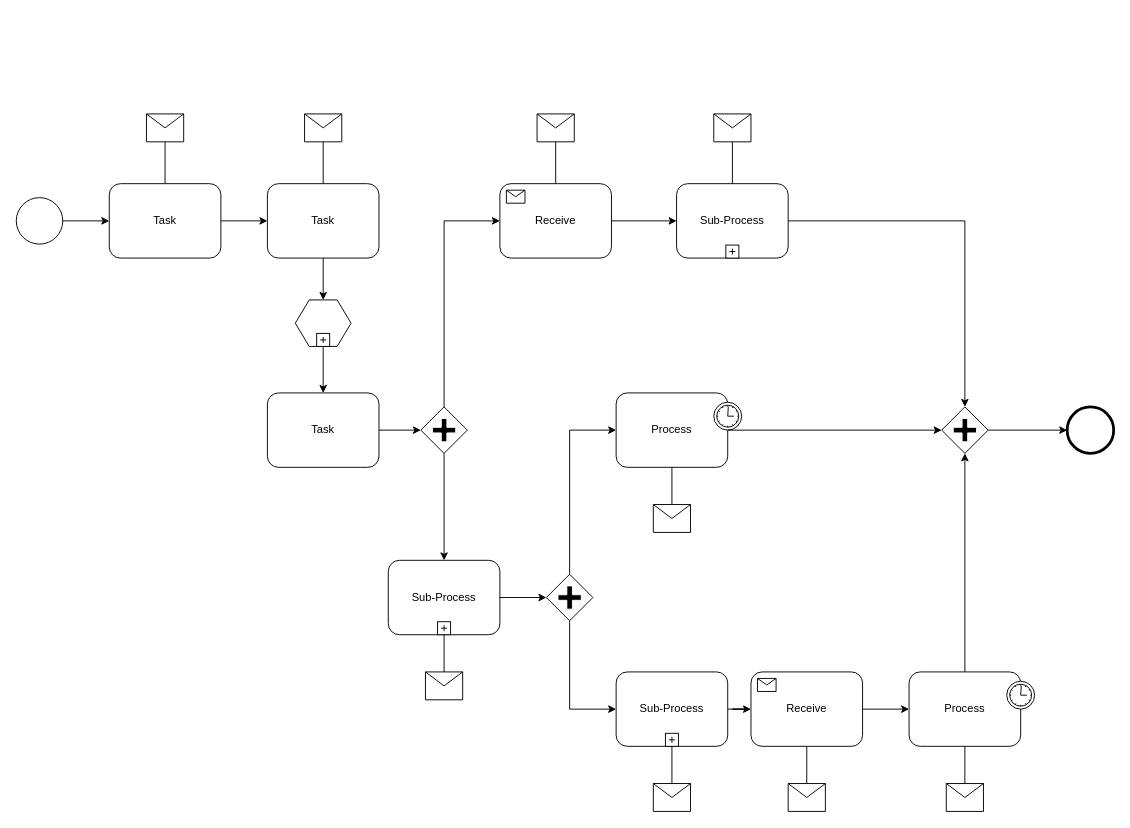
Fgeeha/draw.io keeps this draw.io diagram as Диаграмма без названия.drawio. Above is the earlier version. Source tidied: cells renumbered, new cells numbered last; positions are measured from the earlier drawing's top-left corner, leaving out a move shared by most shapes. Both pictures are drawn from the tidied source at 93%, with x=0, y=0 at pixel (16, 113).
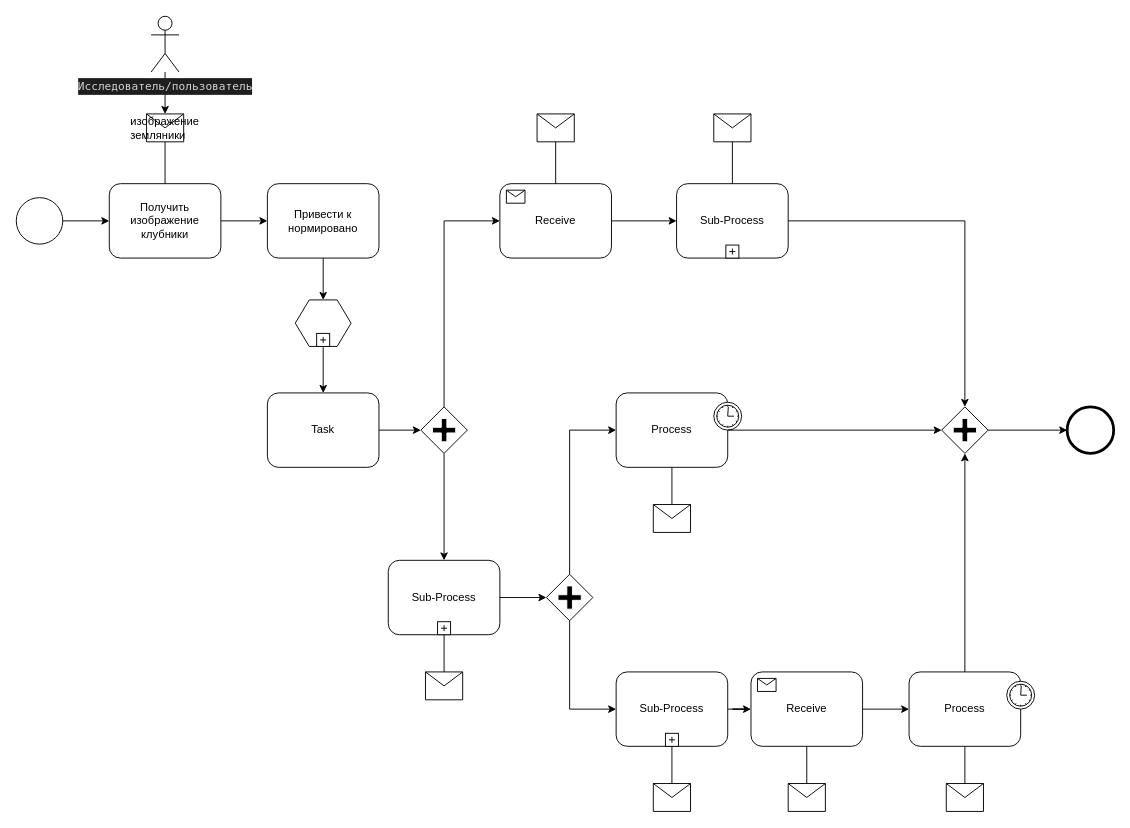
After the change.

The edit, as a diff of the source:
```diff
@@
-    <mxCell id="3" value="Task" style="shape=ext;rounded=1;html=1;whiteSpace=wrap;" parent="1" vertex="1">
+    <mxCell id="3" value="Получить изображение клубники" style="shape=ext;rounded=1;html=1;whiteSpace=wrap;" parent="1" vertex="1">
       <mxGeometry x="100" y="75" width="120" height="80" as="geometry" />
     </mxCell>
-    <mxCell id="4" value="Task" style="shape=ext;rounded=1;html=1;whiteSpace=wrap;" parent="1" vertex="1">
+    <mxCell id="4" value="Привести к нормировано" style="shape=ext;rounded=1;html=1;whiteSpace=wrap;" parent="1" vertex="1">
       <mxGeometry x="270" y="75" width="120" height="80" as="geometry" />
     </mxCell>
-    <mxCell id="5" style="shape=message;whiteSpace=wrap;html=1;" parent="1" vertex="1">
+    <mxCell id="5" value="&lt;div style=&quot;text-align: justify;&quot;&gt;&lt;span style=&quot;background-color: initial;&quot;&gt;изображение земляники&amp;nbsp;&lt;/span&gt;&lt;/div&gt;" style="shape=message;whiteSpace=wrap;html=1;align=center;" parent="1" vertex="1">
       <mxGeometry x="140" width="40" height="30" as="geometry" />
     </mxCell>
-    <mxCell id="6" style="shape=message;whiteSpace=wrap;html=1;" parent="1" vertex="1">
-      <mxGeometry x="310" width="40" height="30" as="geometry" />
-    </mxCell>
@@
-    <mxCell id="36" style="edgeStyle=orthogonalEdgeStyle;rounded=0;html=1;jettySize=auto;endArrow=none;endFill=0;" parent="1" edge="1" source="6" target="4">
-      <mxGeometry relative="1" as="geometry" />
-    </mxCell>
@@
+    <mxCell id="61" style="edgeStyle=orthogonalEdgeStyle;rounded=0;jettySize=auto;html=1;" parent="1" edge="1" source="62" target="5">
+      <mxGeometry relative="1" as="geometry" />
+    </mxCell>
+    <mxCell id="62" value="&lt;div style=&quot;color: rgb(212, 212, 212); background-color: rgb(30, 30, 30); font-family: Menlo, Monaco, &amp;quot;Courier New&amp;quot;, monospace; line-height: 18px; white-space-collapse: preserve;&quot;&gt;Исследователь/пользователь&lt;/div&gt;" style="shape=umlActor;verticalLabelPosition=bottom;verticalAlign=top;html=1;outlineConnect=0;" parent="1" vertex="1">
+      <mxGeometry x="145" y="-105" width="30" height="60" as="geometry" />
+    </mxCell>
```
